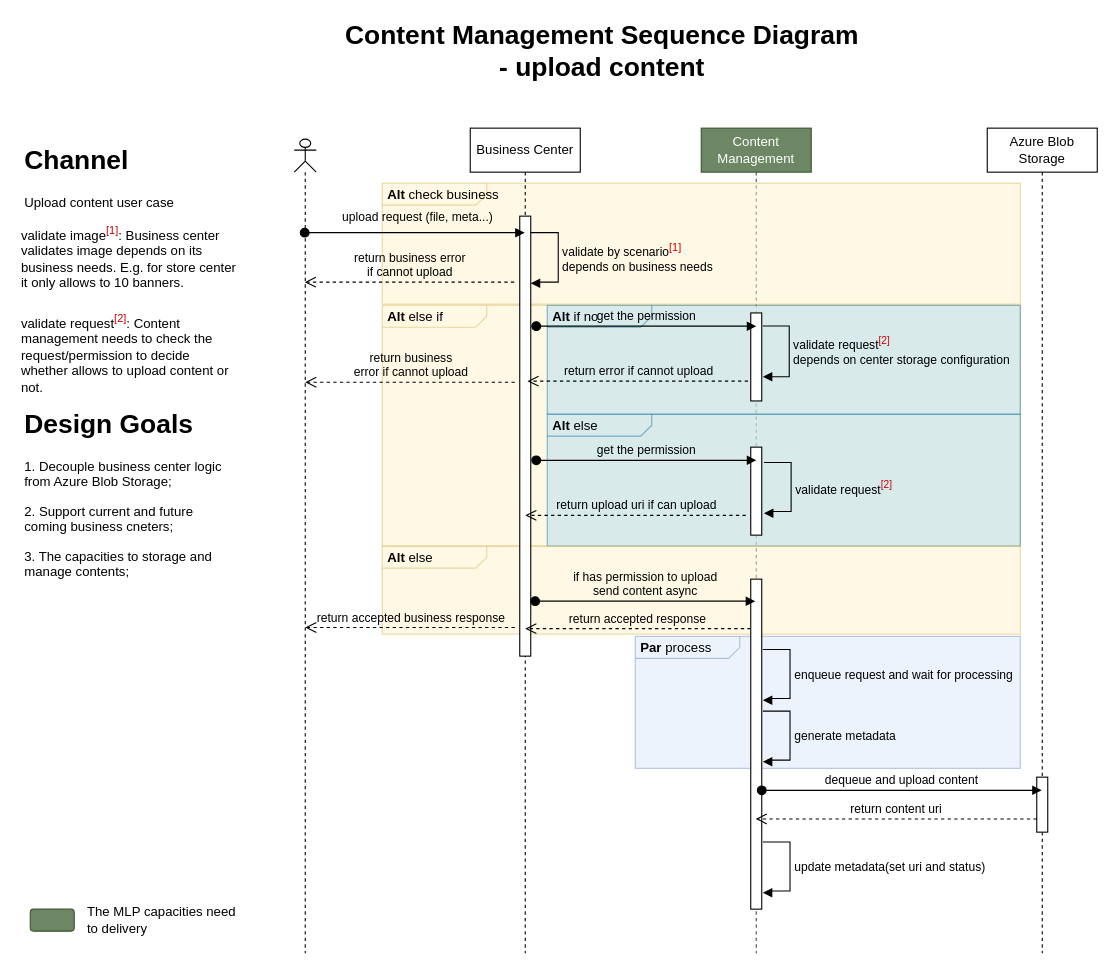
This is page "Uploading User Case" (1 of 2) of Mid Layer Platform Content Business Flow.drawio from sotheair/designs, a draw.io file, before an edit. Source tidied: cells renumbered, new cells numbered last; positions are measured from the earlier drawing's top-left corner, leaving out a move shared by most shapes. Both pictures are drawn from the tidied source at 110%, with x=0, y=0 at pixel (19, 40).
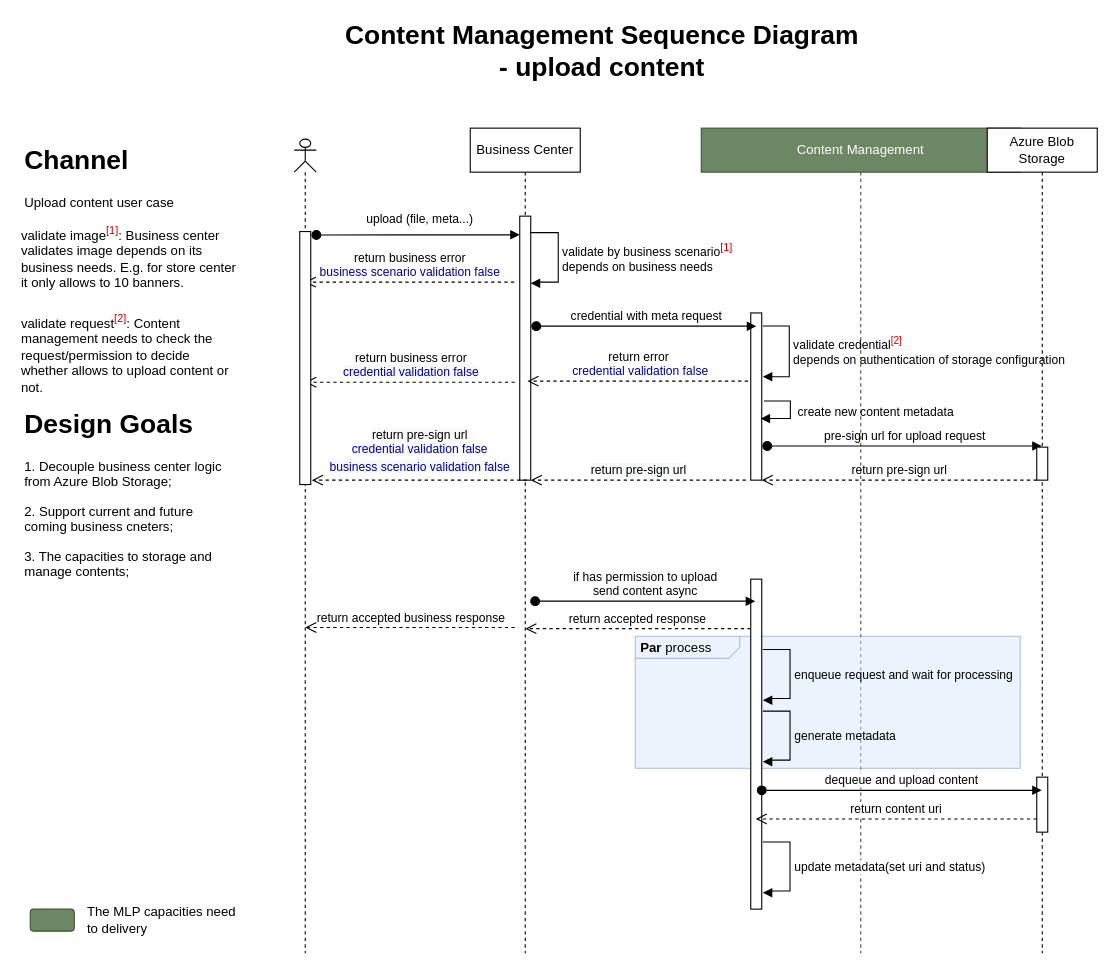
The same page after the edit.

Unchanged cells that the change refers to:
```xml
<mxCell id="9" style="shape=umlLifeline;participant=umlActor;perimeter=lifelinePerimeter;whiteSpace=wrap;html=1;verticalAlign=top;spacingTop=36;labelBackgroundColor=#ffffff;outlineConnect=0;size=30;" parent="1" vertex="1">
  <mxGeometry x="250" y="90" width="20" height="740" as="geometry" />
</mxCell>
<mxCell id="10" value="Business Center" style="shape=umlLifeline;perimeter=lifelinePerimeter;whiteSpace=wrap;html=1;" parent="1" vertex="1">
  <mxGeometry x="410" y="80" width="100" height="750" as="geometry" />
</mxCell>
<mxCell id="12" value="Azure Blob Storage" style="shape=umlLifeline;perimeter=lifelinePerimeter;whiteSpace=wrap;html=1;" parent="1" vertex="1">
  <mxGeometry x="880" y="80" width="100" height="750" as="geometry" />
</mxCell>
```

Change to the diagram source:
```diff
@@
     <mxCell id="2" value="Content Management" style="shape=umlLifeline;perimeter=lifelinePerimeter;whiteSpace=wrap;html=1;fillColor=#6d8764;strokeColor=#3A5431;fontColor=#ffffff;" parent="1" vertex="1">
-      <mxGeometry x="620" y="80" width="100" height="750" as="geometry" />
+      <mxGeometry x="620" y="80" width="290" height="750" as="geometry" />
     </mxCell>
-    <mxCell id="3" value="&lt;p style=&quot;margin: 0px ; margin-top: 4px ; margin-left: 5px ; text-align: left&quot;&gt;&lt;b&gt;Alt&lt;/b&gt; else if&lt;/p&gt;" style="html=1;shape=mxgraph.sysml.package;overflow=fill;labelX=95;align=left;spacingLeft=5;verticalAlign=top;spacingTop=-3;fillColor=#fff2cc;strokeColor=#d6b656;opacity=50;" parent="2" vertex="1">
-      <mxGeometry x="-290" y="161" width="580" height="219" as="geometry" />
-    </mxCell>
-    <mxCell id="4" value="&lt;p style=&quot;margin: 0px ; margin-top: 4px ; margin-left: 5px ; text-align: left&quot;&gt;&lt;b&gt;Alt&lt;/b&gt; else&amp;nbsp;&lt;/p&gt;" style="html=1;shape=mxgraph.sysml.package;overflow=fill;labelX=95;align=left;spacingLeft=5;verticalAlign=top;spacingTop=-3;fillColor=#b1ddf0;strokeColor=#10739e;opacity=50;" parent="2" vertex="1">
-      <mxGeometry x="-140" y="260" width="430" height="120" as="geometry" />
-    </mxCell>
-    <mxCell id="5" value="&lt;p style=&quot;margin: 0px ; margin-top: 4px ; margin-left: 5px ; text-align: left&quot;&gt;&lt;b&gt;Alt&lt;/b&gt; if no&lt;/p&gt;" style="html=1;shape=mxgraph.sysml.package;overflow=fill;labelX=95;align=left;spacingLeft=5;verticalAlign=top;spacingTop=-3;fillColor=#b1ddf0;strokeColor=#10739e;opacity=50;" parent="2" vertex="1">
-      <mxGeometry x="-140" y="161" width="430" height="99" as="geometry" />
-    </mxCell>
     <mxCell id="6" style="html=1;perimeter=orthogonalPerimeter;" parent="2" vertex="1">
-      <mxGeometry x="45" y="168" width="10" height="80" as="geometry" />
+      <mxGeometry x="45" y="168" width="10" height="152" as="geometry" />
     </mxCell>
-    <mxCell id="7" value="&lt;p style=&quot;margin: 0px ; margin-top: 4px ; margin-left: 5px ; text-align: left&quot;&gt;&lt;b&gt;Alt&lt;/b&gt; else&lt;/p&gt;" style="html=1;shape=mxgraph.sysml.package;overflow=fill;labelX=95;align=left;spacingLeft=5;verticalAlign=top;spacingTop=-3;fillColor=#fff2cc;strokeColor=#d6b656;opacity=50;" parent="1" vertex="1">
-      <mxGeometry x="330" y="460" width="580" height="80" as="geometry" />
-    </mxCell>
-    <mxCell id="8" value="&lt;p style=&quot;margin: 0px ; margin-top: 4px ; margin-left: 5px ; text-align: left&quot;&gt;&lt;b&gt;Alt&lt;/b&gt;&amp;nbsp;check business&lt;/p&gt;" style="html=1;shape=mxgraph.sysml.package;overflow=fill;labelX=95;align=left;spacingLeft=5;verticalAlign=top;spacingTop=-3;fillColor=#fff2cc;strokeColor=#d6b656;opacity=50;" parent="1" vertex="1">
-      <mxGeometry x="330" y="130" width="580" height="110" as="geometry" />
-    </mxCell>
+    <mxCell id="42" value="pre-sign url for upload request" style="html=1;verticalAlign=bottom;startArrow=oval;startFill=1;endArrow=block;startSize=8;labelBackgroundColor=none;" parent="2" edge="1">
+      <mxGeometry relative="1" as="geometry">
+        <mxPoint x="60" y="289" as="sourcePoint" />
+        <mxPoint x="309.5" y="289" as="targetPoint" />
+        <Array as="points">
+          <mxPoint x="150.5" y="289" />
+        </Array>
+      </mxGeometry>
+    </mxCell>
@@
     <mxCell id="11" style="html=1;points=[];perimeter=orthogonalPerimeter;" parent="10" vertex="1">
-      <mxGeometry x="45" y="80" width="10" height="400" as="geometry" />
+      <mxGeometry x="45" y="80" width="10" height="240" as="geometry" />
     </mxCell>
@@
+    <mxCell id="43" style="html=1;perimeter=orthogonalPerimeter;" parent="12" vertex="1">
+      <mxGeometry x="45" y="290" width="10" height="30" as="geometry" />
+    </mxCell>
@@
-    <mxCell id="17" value="upload request (file, meta...)" style="html=1;verticalAlign=bottom;startArrow=oval;startFill=1;endArrow=block;startSize=8;labelBackgroundColor=none;" parent="1" edge="1">
+    <mxCell id="17" value="upload (file, meta...)" style="html=1;verticalAlign=bottom;startArrow=oval;startFill=1;endArrow=block;startSize=8;labelBackgroundColor=none;exitX=1.109;exitY=0.005;exitDx=0;exitDy=0;exitPerimeter=0;" parent="1" edge="1" target="11">
       <mxGeometry x="0.01" y="5" relative="1" as="geometry">
-        <mxPoint x="259.5" y="175" as="sourcePoint" />
-        <mxPoint x="459.5" y="175" as="targetPoint" />
+        <mxPoint x="270.1" y="177.1" as="sourcePoint" />
         <Array as="points">
-          <mxPoint x="350" y="175" />
+          <mxPoint x="354" y="177" />
         </Array>
         <mxPoint x="1" as="offset" />
       </mxGeometry>
     </mxCell>
-    <mxCell id="18" value="return business error &lt;br&gt;if cannot upload" style="html=1;verticalAlign=bottom;endArrow=open;dashed=1;endSize=8;labelBackgroundColor=none;" parent="1" edge="1" target="9">
+    <mxCell id="18" value="return business error &lt;br&gt;&lt;font color=&quot;#000099&quot;&gt;business scenario validation false&lt;/font&gt;" style="html=1;verticalAlign=bottom;endArrow=open;dashed=1;endSize=8;labelBackgroundColor=none;" parent="1" edge="1" target="9">
       <mxGeometry relative="1" as="geometry">
         <mxPoint x="450" y="220" as="sourcePoint" />
       </mxGeometry>
     </mxCell>
-    <mxCell id="19" value="validate by scenario&lt;sup&gt;&lt;font color=&quot;#cc0000&quot; style=&quot;font-size: 10px&quot;&gt;[1]&lt;/font&gt;&lt;/sup&gt;&amp;nbsp;&lt;br&gt;depends on business needs&amp;nbsp;" style="edgeStyle=orthogonalEdgeStyle;html=1;align=left;spacingLeft=2;endArrow=block;rounded=0;labelBackgroundColor=none;" parent="1" edge="1">
+    <mxCell id="19" value="validate by business scenario&lt;sup&gt;&lt;font color=&quot;#cc0000&quot; style=&quot;font-size: 10px&quot;&gt;[1]&lt;/font&gt;&lt;/sup&gt;&amp;nbsp;&lt;br&gt;depends on business needs&amp;nbsp;" style="edgeStyle=orthogonalEdgeStyle;html=1;align=left;spacingLeft=2;endArrow=block;rounded=0;labelBackgroundColor=none;" parent="1" edge="1">
       <mxGeometry relative="1" as="geometry">
         <mxPoint x="465" y="175" as="sourcePoint" />
         <mxPoint x="465" y="221" as="targetPoint" />
         <Array as="points">
           <mxPoint x="490" y="175" />
           <mxPoint x="490" y="220" />
           <mxPoint x="470" y="220" />
           <mxPoint x="470" y="221" />
         </Array>
       </mxGeometry>
     </mxCell>
-    <mxCell id="20" value="get the permission" style="html=1;verticalAlign=bottom;startArrow=oval;startFill=1;endArrow=block;startSize=8;labelBackgroundColor=none;" parent="1" edge="1">
+    <mxCell id="20" value="credential with meta request" style="html=1;verticalAlign=bottom;startArrow=oval;startFill=1;endArrow=block;startSize=8;labelBackgroundColor=none;" parent="1" edge="1">
       <mxGeometry relative="1" as="geometry">
         <mxPoint x="470" y="260" as="sourcePoint" />
         <mxPoint x="670" y="260" as="targetPoint" />
         <Array as="points">
           <mxPoint x="560.5" y="260" />
         </Array>
       </mxGeometry>
     </mxCell>
-    <mxCell id="21" value="validate request&lt;sup&gt;&lt;font color=&quot;#cc0000&quot;&gt;[2]&lt;/font&gt;&lt;/sup&gt;&amp;nbsp;&lt;br&gt;depends on center storage configuration&amp;nbsp;" style="edgeStyle=orthogonalEdgeStyle;html=1;align=left;spacingLeft=2;endArrow=block;rounded=0;labelBackgroundColor=none;" parent="1" edge="1">
+    <mxCell id="21" value="validate credential&lt;sup&gt;&lt;font color=&quot;#cc0000&quot;&gt;[2]&lt;/font&gt;&lt;/sup&gt;&amp;nbsp;&lt;br&gt;depends on authentication of storage configuration&amp;nbsp;" style="edgeStyle=orthogonalEdgeStyle;html=1;align=left;spacingLeft=2;endArrow=block;rounded=0;labelBackgroundColor=none;" parent="1" edge="1">
       <mxGeometry relative="1" as="geometry">
         <mxPoint x="676" y="259.8" as="sourcePoint" />
         <mxPoint x="676" y="306" as="targetPoint" />
         <Array as="points">
           <mxPoint x="700" y="260" />
           <mxPoint x="700" y="306" />
           <mxPoint x="680" y="306" />
         </Array>
       </mxGeometry>
     </mxCell>
-    <mxCell id="22" value="return error if cannot upload" style="html=1;verticalAlign=bottom;endArrow=open;dashed=1;endSize=8;labelBackgroundColor=none;" parent="1" edge="1">
+    <mxCell id="22" value="return error&lt;br&gt;&amp;nbsp;&lt;font color=&quot;#000099&quot;&gt;credential validation false&lt;/font&gt;" style="html=1;verticalAlign=bottom;endArrow=open;dashed=1;endSize=8;labelBackgroundColor=none;" parent="1" edge="1">
       <mxGeometry relative="1" as="geometry">
         <mxPoint x="662.5" y="310" as="sourcePoint" />
         <mxPoint x="462" y="310" as="targetPoint" />
       </mxGeometry>
     </mxCell>
-    <mxCell id="23" style="html=1;perimeter=orthogonalPerimeter;" parent="1" vertex="1">
-      <mxGeometry x="665" y="370" width="10" height="80" as="geometry" />
-    </mxCell>
-    <mxCell id="24" value="get the permission" style="html=1;verticalAlign=bottom;startArrow=oval;startFill=1;endArrow=block;startSize=8;labelBackgroundColor=none;" parent="1" edge="1">
-      <mxGeometry relative="1" as="geometry">
-        <mxPoint x="470" y="382" as="sourcePoint" />
-        <mxPoint x="670" y="382" as="targetPoint" />
-        <Array as="points">
-          <mxPoint x="560.5" y="382" />
-        </Array>
-      </mxGeometry>
-    </mxCell>
-    <mxCell id="25" value="return upload uri if can upload" style="html=1;verticalAlign=bottom;endArrow=open;dashed=1;endSize=8;labelBackgroundColor=none;" parent="1" edge="1">
+    <mxCell id="25" value="&lt;span style=&quot;display: inline ; float: none ; background-color: rgb(248 , 249 , 250) ; color: rgb(0 , 0 , 0) ; font-family: &amp;#34;helvetica&amp;#34; ; font-size: 11px ; font-style: normal ; font-variant: normal ; font-weight: normal ; letter-spacing: normal ; line-height: 1.2 ; overflow-wrap: normal ; text-align: center ; text-decoration: none ; text-indent: 0px ; text-transform: none ; white-space: nowrap ; word-spacing: 0px&quot;&gt;return pre-sign url&lt;/span&gt;" style="html=1;verticalAlign=bottom;endArrow=open;dashed=1;endSize=8;labelBackgroundColor=none;" parent="1" edge="1">
       <mxGeometry relative="1" as="geometry">
-        <mxPoint x="660.5" y="432" as="sourcePoint" />
-        <mxPoint x="460" y="432" as="targetPoint" />
+        <mxPoint x="660.5" y="400" as="sourcePoint" />
+        <mxPoint x="465" y="400" as="targetPoint" />
       </mxGeometry>
     </mxCell>
-    <mxCell id="26" value="validate request&lt;sup&gt;&lt;font color=&quot;#cc0000&quot;&gt;[2]&lt;/font&gt;&lt;/sup&gt;&amp;nbsp;&lt;br&gt;" style="edgeStyle=orthogonalEdgeStyle;html=1;align=left;spacingLeft=2;endArrow=block;rounded=0;labelBackgroundColor=none;" parent="1" edge="1">
+    <mxCell id="26" value="&amp;nbsp;create new content metadata" style="edgeStyle=orthogonalEdgeStyle;html=1;align=left;spacingLeft=2;endArrow=block;rounded=0;labelBackgroundColor=none;" parent="1" edge="1">
       <mxGeometry relative="1" as="geometry">
-        <mxPoint x="677" y="384" as="sourcePoint" />
-        <mxPoint x="677" y="430" as="targetPoint" />
+        <mxPoint x="677" y="328" as="sourcePoint" />
+        <mxPoint x="674" y="344" as="targetPoint" />
         <Array as="points">
-          <mxPoint x="701.7" y="383.5" />
-          <mxPoint x="701.7" y="428.5" />
-          <mxPoint x="681.7" y="428.5" />
-          <mxPoint x="681.7" y="429.5" />
+          <mxPoint x="701" y="328" />
+          <mxPoint x="701" y="344" />
+          <mxPoint x="674" y="344" />
         </Array>
       </mxGeometry>
     </mxCell>
@@
-    <mxCell id="35" value="return business &lt;br&gt;error if cannot upload" style="html=1;verticalAlign=bottom;endArrow=open;dashed=1;endSize=8;labelBackgroundColor=none;" parent="1" edge="1">
+    <mxCell id="35" value="return business error&lt;br&gt;&lt;span style=&quot;font: 11px / 1.2 &amp;#34;helvetica&amp;#34; ; text-align: center ; text-transform: none ; text-indent: 0px ; letter-spacing: normal ; text-decoration: none ; word-spacing: 0px ; display: inline ; white-space: nowrap ; float: none ; overflow-wrap: normal ; background-color: rgb(248 , 249 , 250)&quot;&gt;&lt;font color=&quot;#000099&quot;&gt;credential validation false&lt;/font&gt;&lt;/span&gt;" style="html=1;verticalAlign=bottom;endArrow=open;dashed=1;endSize=8;labelBackgroundColor=none;" parent="1" edge="1">
       <mxGeometry relative="1" as="geometry">
         <mxPoint x="450.5" y="311" as="sourcePoint" />
         <mxPoint x="260" y="311" as="targetPoint" />
       </mxGeometry>
     </mxCell>
@@
+    <mxCell id="44" style="html=1;perimeter=orthogonalPerimeter;align=left;" parent="1" vertex="1">
+      <mxGeometry x="255" y="174" width="10" height="230" as="geometry" />
+    </mxCell>
+    <mxCell id="45" value="return pre-sign url" style="html=1;verticalAlign=bottom;endArrow=open;dashed=1;endSize=8;labelBackgroundColor=none;" parent="1" edge="1">
+      <mxGeometry relative="1" as="geometry">
+        <mxPoint x="925" y="400" as="sourcePoint" />
+        <mxPoint x="675" y="400" as="targetPoint" />
+      </mxGeometry>
+    </mxCell>
+    <mxCell id="46" value="&lt;span style=&quot;display: inline ; float: none ; background-color: rgb(248 , 249 , 250) ; color: rgb(0 , 0 , 0) ; font-family: &amp;#34;helvetica&amp;#34; ; font-size: 11px ; font-style: normal ; font-variant: normal ; font-weight: normal ; letter-spacing: normal ; line-height: 1.2 ; overflow-wrap: normal ; text-align: center ; text-decoration: none ; text-indent: 0px ; text-transform: none ; white-space: nowrap ; word-spacing: 0px&quot;&gt;return pre-sign url&lt;br&gt;&lt;span style=&quot;display: inline ; float: none ; background-color: rgb(248 , 249 , 250) ; color: rgb(0 , 0 , 0) ; font-family: &amp;#34;helvetica&amp;#34; ; font-size: 11px ; font-style: normal ; font-variant: normal ; font-weight: normal ; letter-spacing: normal ; line-height: 1.2 ; overflow-wrap: normal ; text-align: center ; text-decoration: none ; text-indent: 0px ; text-transform: none ; white-space: nowrap ; word-spacing: 0px&quot;&gt;&lt;font color=&quot;#000099&quot;&gt;credential validation false&lt;/font&gt;&lt;br&gt;&lt;span style=&quot;display: inline ; float: none ; background-color: rgb(248 , 249 , 250) ; color: rgb(0 , 0 , 153) ; font-family: &amp;#34;helvetica&amp;#34; ; font-size: 11px ; font-style: normal ; font-variant: normal ; font-weight: 400 ; letter-spacing: normal ; text-align: center ; text-decoration: none ; text-indent: 0px ; text-transform: none ; white-space: nowrap ; word-spacing: 0px&quot;&gt;business scenario validation false&lt;/span&gt;&lt;/span&gt;&lt;b&gt;&lt;/b&gt;&lt;i&gt;&lt;/i&gt;&lt;u&gt;&lt;/u&gt;&lt;sub&gt;&lt;/sub&gt;&lt;sup&gt;&lt;/sup&gt;&lt;strike&gt;&lt;/strike&gt;&lt;br&gt;&lt;/span&gt;" style="html=1;verticalAlign=bottom;endArrow=open;dashed=1;endSize=8;labelBackgroundColor=none;" parent="1" edge="1">
+      <mxGeometry relative="1" as="geometry">
+        <mxPoint x="461.5" y="400" as="sourcePoint" />
+        <mxPoint x="266" y="400" as="targetPoint" />
+      </mxGeometry>
+    </mxCell>
```
